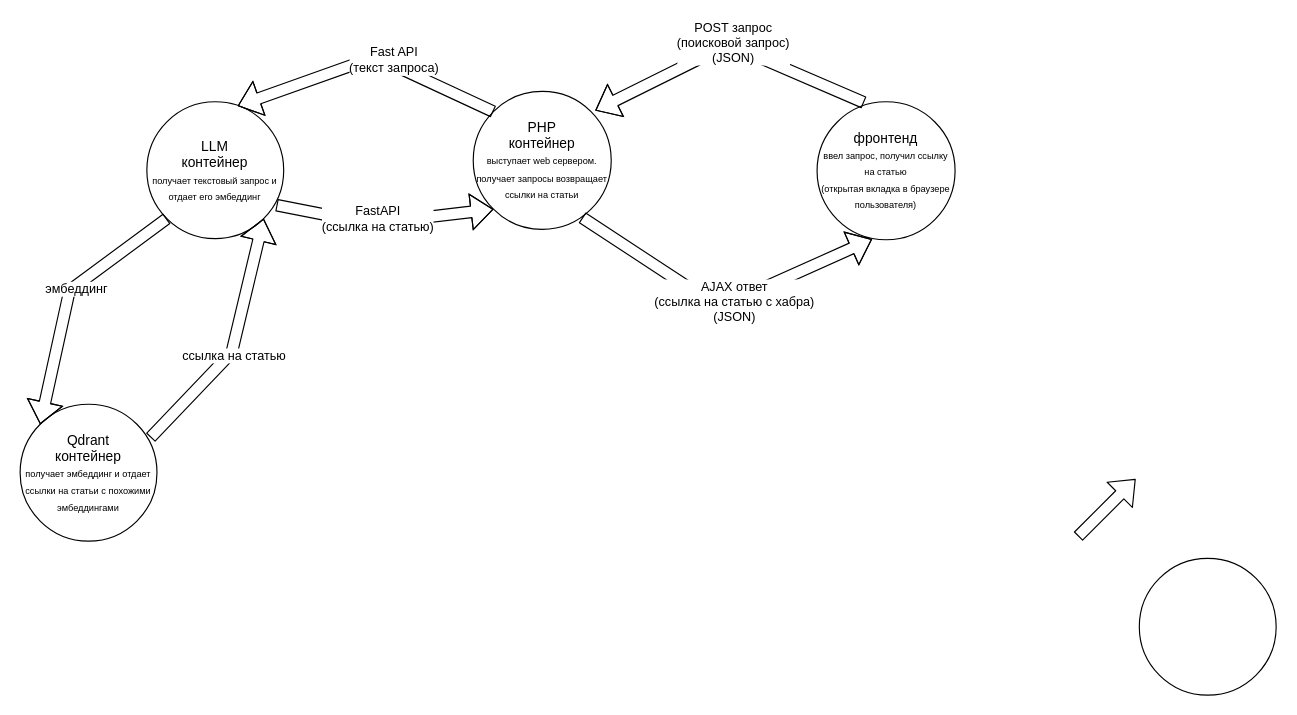
Above: общая инфа/архитектура.drawio in mamonaronov/llm-finder (draw.io), before the change. Source tidied: cells renumbered, new cells numbered last; positions are measured from the earlier drawing's top-left corner, leaving out a move shared by most shapes. Both pictures are drawn from the tidied source at 115%, with x=0, y=0 at pixel (20, 44).
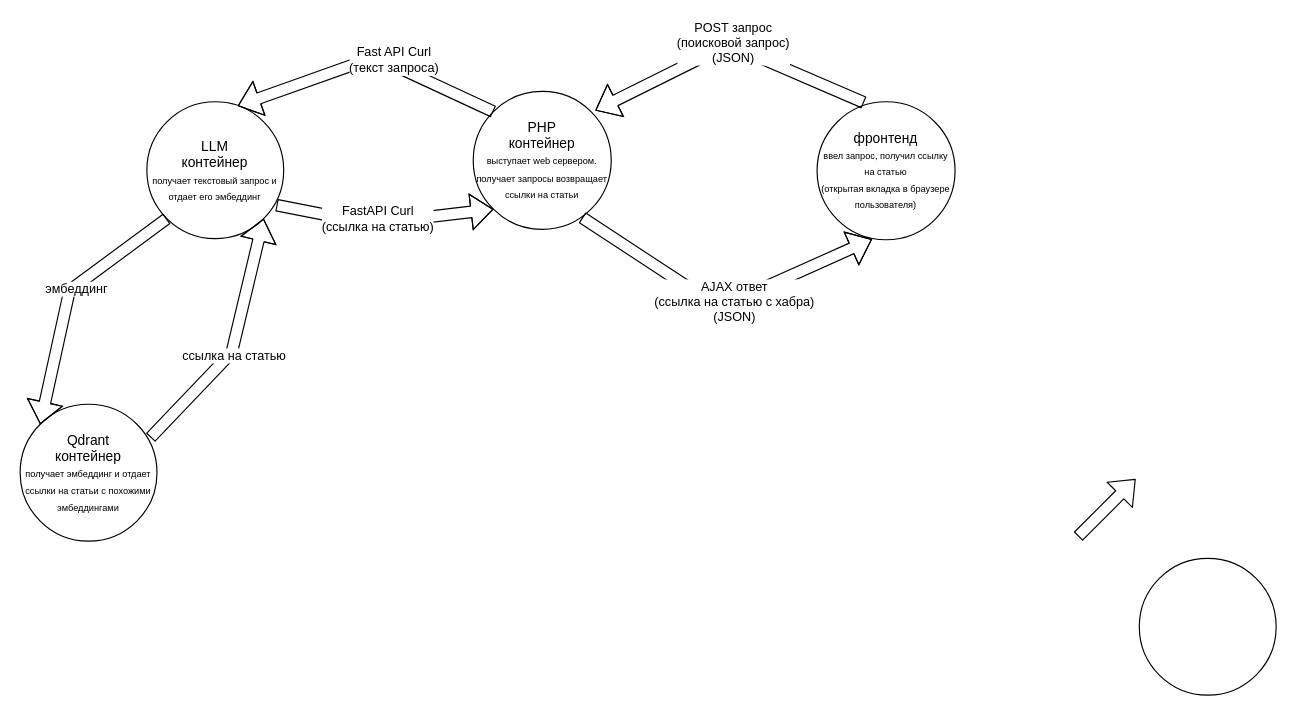
The same diagram, later.

The change refers to these unchanged cells:
```xml
<mxCell id="11" style="shape=flexArrow;endArrow=classic;html=1;rounded=1;exitX=0;exitY=0;exitDx=0;exitDy=0;entryX=0.664;entryY=0.03;entryDx=0;entryDy=0;entryPerimeter=0;" parent="1" edge="1" source="2" target="5">
  <mxGeometry relative="1" as="geometry">
    <Array as="points">
      <mxPoint x="309" y="11" />
    </Array>
  </mxGeometry>
</mxCell>
<mxCell id="18" style="shape=flexArrow;endArrow=classic;html=1;rounded=1;exitX=0.947;exitY=0.755;exitDx=0;exitDy=0;exitPerimeter=0;entryX=0;entryY=1;entryDx=0;entryDy=0;" parent="1" edge="1" source="5" target="2">
  <mxGeometry relative="1" as="geometry">
    <Array as="points">
      <mxPoint x="305" y="156" />
    </Array>
  </mxGeometry>
</mxCell>
```

Change to the diagram source:
```diff
@@
-    <mxCell id="12" value="&lt;div&gt;Fast API&lt;/div&gt;&lt;div&gt;(текст запроса)&lt;/div&gt;" style="edgeLabel;html=1;align=center;verticalAlign=middle;fontFamily=Helvetica;fontSize=11;fontColor=default;labelBackgroundColor=default;" parent="11" vertex="1">
+    <mxCell id="12" value="&lt;div&gt;Fast API Curl&lt;/div&gt;&lt;div&gt;(текст запроса)&lt;/div&gt;" style="edgeLabel;html=1;align=center;verticalAlign=middle;fontFamily=Helvetica;fontSize=11;fontColor=default;labelBackgroundColor=default;" parent="11" vertex="1">
       <mxGeometry x="-0.18" y="-4" relative="1" as="geometry" />
     </mxCell>
@@
-    <mxCell id="19" value="&lt;div&gt;FastAPI&lt;/div&gt;&lt;div&gt;(ссылка на статью)&lt;/div&gt;" style="edgeLabel;html=1;align=center;verticalAlign=middle;fontFamily=Helvetica;fontSize=11;fontColor=default;labelBackgroundColor=default;" parent="18" vertex="1">
+    <mxCell id="19" value="&lt;div&gt;FastAPI Curl&lt;/div&gt;&lt;div&gt;(ссылка на статью)&lt;/div&gt;" style="edgeLabel;html=1;align=center;verticalAlign=middle;fontFamily=Helvetica;fontSize=11;fontColor=default;labelBackgroundColor=default;" parent="18" vertex="1">
       <mxGeometry x="0.24" y="3" relative="1" as="geometry">
         <mxPoint x="-28" y="3" as="offset" />
       </mxGeometry>
     </mxCell>
```
